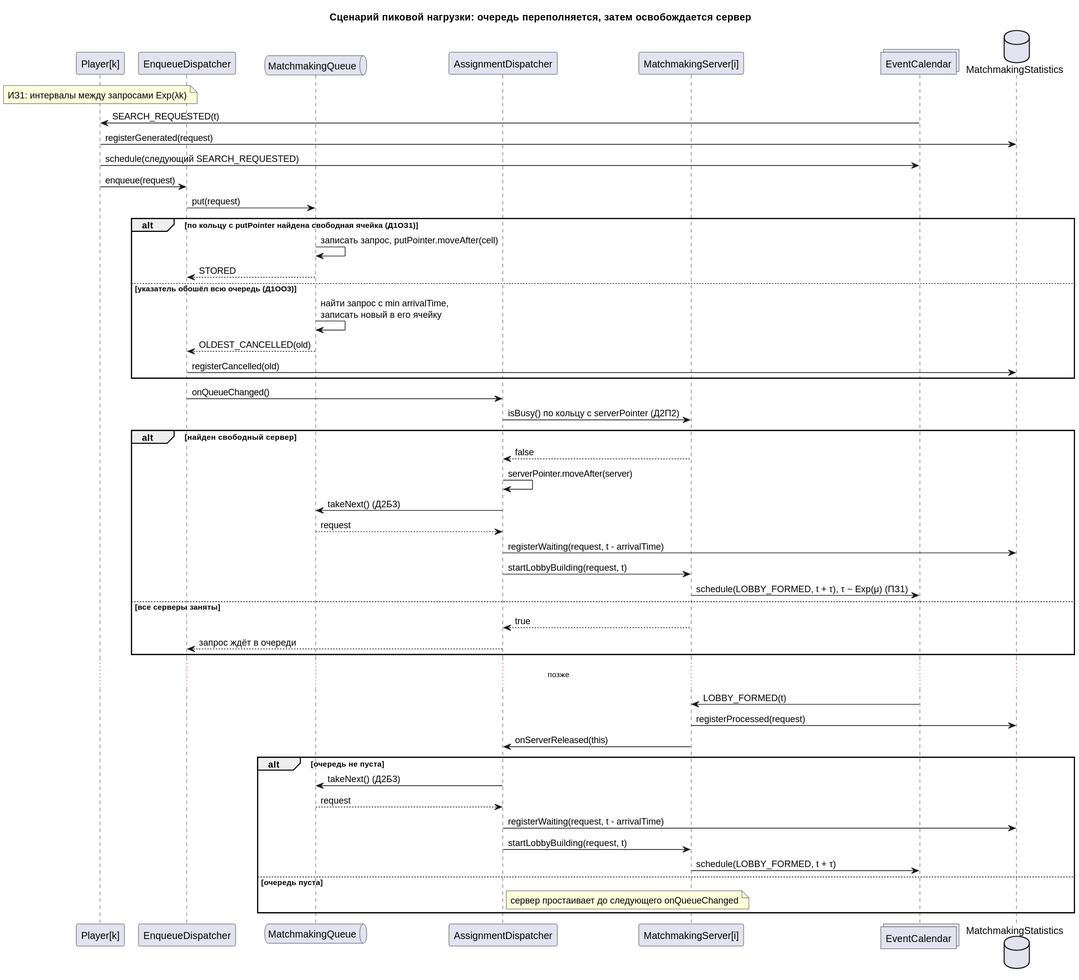
Above: artifacts/imgs/peak-load-scenario.svg in Exam-Play/smo-faceit-matchmaking (PlantUML), before the change.
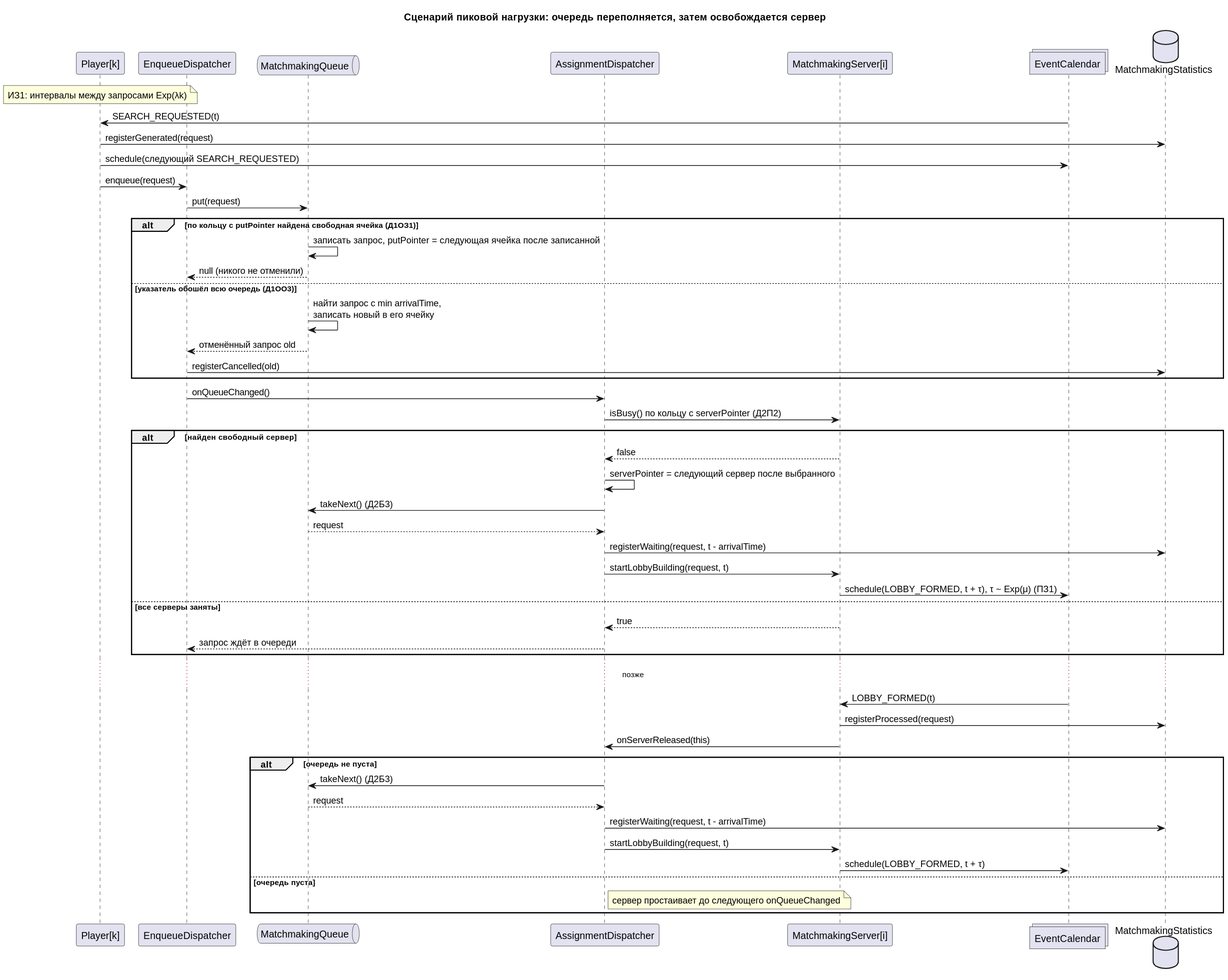
The same diagram one commit later.

Change to the diagram source:
```diff
@@ -18,18 +18,18 @@
 Pl -> ED: enqueue(request)
 ED -> Q: put(request)
 alt по кольцу с putPointer найдена свободная ячейка (Д1ОЗ1)
-  Q -> Q: записать запрос, putPointer.moveAfter(cell)
-  Q --> ED: STORED
+  Q -> Q: записать запрос, putPointer = следующая ячейка после записанной
+  Q --> ED: null (никого не отменили)
 else указатель обошёл всю очередь (Д1ОО3)
   Q -> Q: найти запрос с min arrivalTime,\nзаписать новый в его ячейку
-  Q --> ED: OLDEST_CANCELLED(old)
+  Q --> ED: отменённый запрос old
   ED -> St: registerCancelled(old)
 end
 ED -> AD: onQueueChanged()
 AD -> Srv: isBusy() по кольцу с serverPointer (Д2П2)
 alt найден свободный сервер
   Srv --> AD: false
-  AD -> AD: serverPointer.moveAfter(server)
+  AD -> AD: serverPointer = следующий сервер после выбранного
   AD -> Q: takeNext() (Д2Б3)
   Q --> AD: request
   AD -> St: registerWaiting(request, t - arrivalTime)
```
